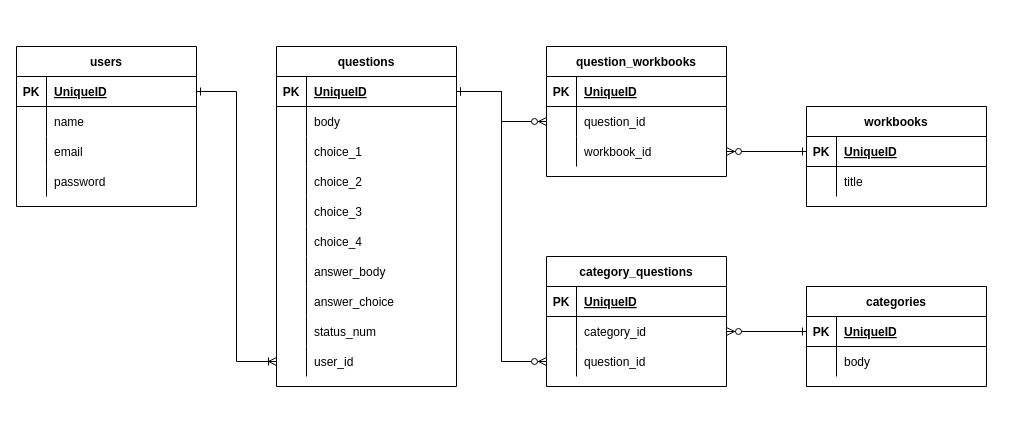
The draw.io diagram page "ER図" (1 of 2) of backend/databasemap.dio in RealXiaoLin/php-project01, before the edit. Source tidied: cells renumbered, new cells numbered last; positions are measured from the earlier drawing's top-left corner, leaving out a move shared by most shapes. Both pictures are drawn from the tidied source at 100%, with x=0, y=0 at pixel (16, 46).
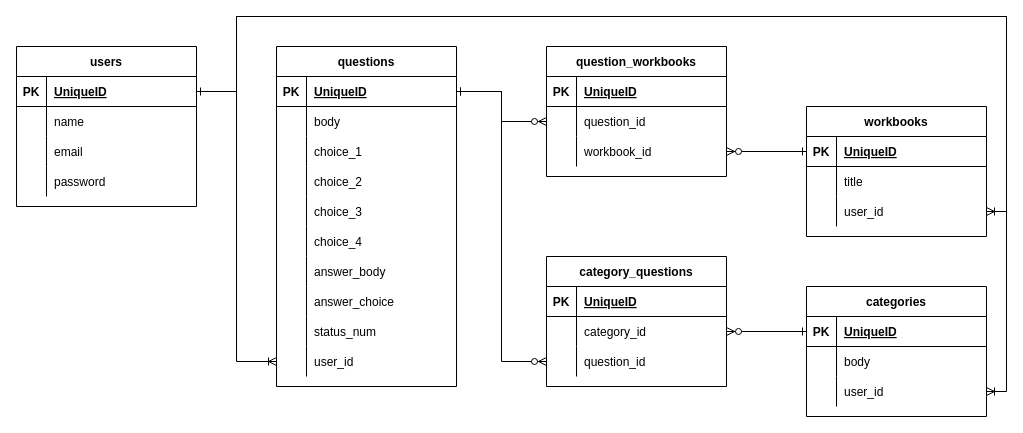
Above is the later version.

The change refers to these unchanged cells:
```xml
<mxCell id="73" style="shape=partialRectangle;fillColor=none;top=0;left=0;bottom=1;right=0;points=[[0,0.5],[1,0.5]];portConstraint=eastwest;" parent="72" vertex="1">
  <mxGeometry y="30" width="180" height="30" as="geometry" />
</mxCell>
```

What changed in the source:
```diff
@@
     <mxCell id="33" value="workbooks" style="shape=table;startSize=30;childLayout=tableLayout;rowLines=0;fontStyle=1;align=center;" parent="1" vertex="1">
-      <mxGeometry x="790" y="60" width="180" height="100" as="geometry" />
+      <mxGeometry x="790" y="60" width="180" height="130" as="geometry" />
     </mxCell>
@@
+    <mxCell id="85" style="shape=partialRectangle;fillColor=none;top=0;left=0;bottom=0;right=0;points=[[0,0.5],[1,0.5]];portConstraint=eastwest;" parent="33" vertex="1">
+      <mxGeometry y="90" width="180" height="30" as="geometry" />
+    </mxCell>
+    <mxCell id="86" style="shape=partialRectangle;fillColor=none;top=0;left=0;bottom=0;right=0;overflow=hidden;" parent="85" vertex="1">
+      <mxGeometry width="30" height="30" as="geometry" />
+    </mxCell>
+    <mxCell id="87" value="user_id" style="shape=partialRectangle;fillColor=none;top=0;left=0;bottom=0;right=0;align=left;spacingLeft=6;overflow=hidden;" parent="85" vertex="1">
+      <mxGeometry x="30" width="150" height="30" as="geometry" />
+    </mxCell>
     <mxCell id="40" value="categories" style="shape=table;startSize=30;childLayout=tableLayout;rowLines=0;fontStyle=1;align=center;" parent="1" vertex="1">
-      <mxGeometry x="790" y="240" width="180" height="100" as="geometry" />
+      <mxGeometry x="790" y="240" width="180" height="130" as="geometry" />
     </mxCell>
@@
+    <mxCell id="88" style="shape=partialRectangle;fillColor=none;top=0;left=0;bottom=0;right=0;points=[[0,0.5],[1,0.5]];portConstraint=eastwest;" parent="40" vertex="1">
+      <mxGeometry y="90" width="180" height="30" as="geometry" />
+    </mxCell>
+    <mxCell id="89" style="shape=partialRectangle;fillColor=none;top=0;left=0;bottom=0;right=0;overflow=hidden;" parent="88" vertex="1">
+      <mxGeometry width="30" height="30" as="geometry" />
+    </mxCell>
+    <mxCell id="90" value="user_id" style="shape=partialRectangle;fillColor=none;top=0;left=0;bottom=0;right=0;align=left;spacingLeft=6;overflow=hidden;" parent="88" vertex="1">
+      <mxGeometry x="30" width="150" height="30" as="geometry" />
+    </mxCell>
@@
+    <mxCell id="91" style="edgeStyle=orthogonalEdgeStyle;rounded=0;jettySize=auto;html=1;entryX=1;entryY=0.5;entryDx=0;entryDy=0;endArrow=ERoneToMany;endFill=0;" parent="1" edge="1" source="73" target="88">
+      <mxGeometry relative="1" as="geometry">
+        <Array as="points">
+          <mxPoint x="220" y="45" />
+          <mxPoint x="220" y="-30" />
+          <mxPoint x="990" y="-30" />
+          <mxPoint x="990" y="345" />
+        </Array>
+      </mxGeometry>
+    </mxCell>
+    <mxCell id="92" style="edgeStyle=orthogonalEdgeStyle;rounded=0;jettySize=auto;html=1;entryX=1;entryY=0.5;entryDx=0;entryDy=0;endArrow=ERoneToMany;endFill=0;" parent="1" edge="1" source="73" target="85">
+      <mxGeometry relative="1" as="geometry">
+        <Array as="points">
+          <mxPoint x="220" y="45" />
+          <mxPoint x="220" y="-30" />
+          <mxPoint x="990" y="-30" />
+          <mxPoint x="990" y="165" />
+        </Array>
+      </mxGeometry>
+    </mxCell>
```
